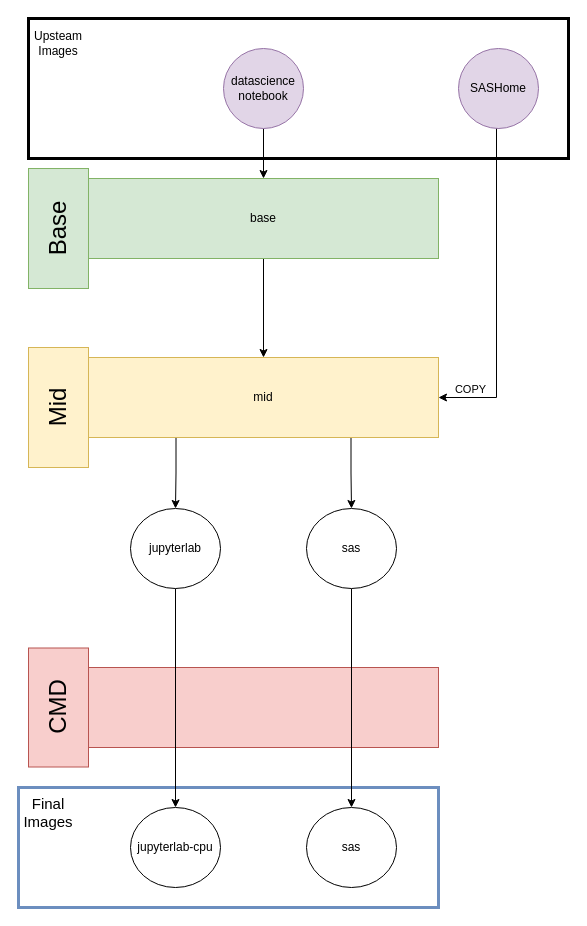
Before: docs/images/image-stages.drawio in StatCan/zone-kubeflow-containers, a draw.io diagram. Source tidied: cells renumbered, new cells numbered last; positions are measured from the earlier drawing's top-left corner, leaving out a move shared by most shapes. Both pictures are drawn from the tidied source at 100%, with x=0, y=0 at pixel (18, 18).
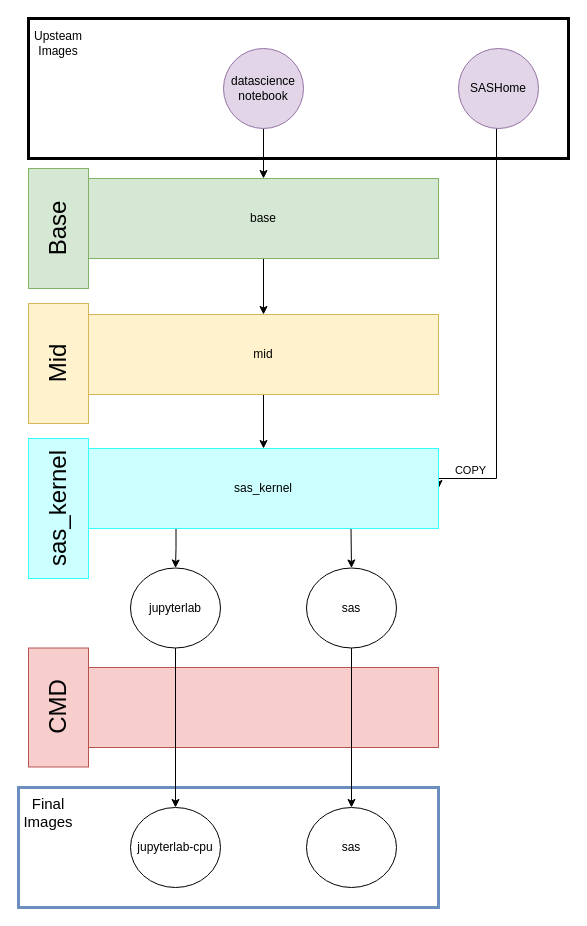
After the change.

Unchanged cells that the change refers to:
```xml
<mxCell id="5" value="&lt;div&gt;base&lt;/div&gt;" style="rectangle;whiteSpace=wrap;html=1;fillColor=#d5e8d4;strokeColor=#82b366;" parent="1" vertex="1">
  <mxGeometry x="70" y="160" width="350" height="80" as="geometry" />
</mxCell>
<mxCell id="8" value="SASHome" style="ellipse;whiteSpace=wrap;html=1;fillColor=#e1d5e7;strokeColor=#9673a6;" parent="1" vertex="1">
  <mxGeometry x="440" y="30" width="80" height="80" as="geometry" />
</mxCell>
```

Diff of the diagram source:
```diff
@@
-    <mxCell id="4" style="edgeStyle=orthogonalEdgeStyle;rounded=0;jettySize=auto;html=1;exitX=0.5;exitY=1;exitDx=0;exitDy=0;entryX=0.5;entryY=0;entryDx=0;entryDy=0;" parent="1" edge="1" source="5" target="20">
-      <mxGeometry relative="1" as="geometry" />
-    </mxCell>
+    <mxCell id="26" style="edgeStyle=orthogonalEdgeStyle;rounded=0;jettySize=auto;html=1;exitX=0.5;exitY=1;exitDx=0;exitDy=0;entryX=0.5;entryY=0;entryDx=0;entryDy=0;" parent="1" edge="1" source="5" target="28">
+      <mxGeometry relative="1" as="geometry" />
+    </mxCell>
@@
     <mxCell id="6" style="edgeStyle=orthogonalEdgeStyle;rounded=0;jettySize=auto;html=1;exitX=0.5;exitY=1;exitDx=0;exitDy=0;entryX=1;entryY=0.5;entryDx=0;entryDy=0;" parent="1" edge="1" source="8" target="20">
       <mxGeometry relative="1" as="geometry">
         <Array as="points">
           <mxPoint x="480" y="90" />
           <mxPoint x="478" y="90" />
-          <mxPoint x="478" y="379" />
+          <mxPoint x="478" y="460" />
+          <mxPoint x="420" y="460" />
         </Array>
       </mxGeometry>
     </mxCell>
@@
-    <mxCell id="20" value="mid" style="rectangle;whiteSpace=wrap;html=1;fillColor=#fff2cc;strokeColor=#d6b656;" parent="1" vertex="1">
-      <mxGeometry x="70" y="339" width="350" height="80" as="geometry" />
+    <mxCell id="20" value="sas_kernel" style="rectangle;whiteSpace=wrap;html=1;fillColor=#CCFFFF;strokeColor=#33FFFF;" parent="1" vertex="1">
+      <mxGeometry x="70" y="430" width="350" height="80" as="geometry" />
     </mxCell>
     <mxCell id="21" value="Mid" style="rectangle;whiteSpace=wrap;html=1;fillColor=#fff2cc;strokeColor=#d6b656;direction=west;textDirection=ltr;horizontal=0;fontSize=24;" parent="1" vertex="1">
-      <mxGeometry x="10" y="329" width="60" height="120" as="geometry" />
+      <mxGeometry x="10" y="285" width="60" height="120" as="geometry" />
     </mxCell>
@@
     <mxCell id="23" value="jupyterlab" style="ellipse;whiteSpace=wrap;html=1;" parent="1" vertex="1">
-      <mxGeometry x="112" y="490" width="90" height="80" as="geometry" />
+      <mxGeometry x="112" y="549.5" width="90" height="80" as="geometry" />
     </mxCell>
@@
     <mxCell id="25" value="sas" style="ellipse;whiteSpace=wrap;html=1;" parent="1" vertex="1">
-      <mxGeometry x="288" y="490" width="90" height="80" as="geometry" />
+      <mxGeometry x="288" y="549.5" width="90" height="80" as="geometry" />
     </mxCell>
+    <mxCell id="27" style="edgeStyle=orthogonalEdgeStyle;rounded=0;jettySize=auto;html=1;exitX=0.5;exitY=1;exitDx=0;exitDy=0;entryX=0.5;entryY=0;entryDx=0;entryDy=0;" parent="1" edge="1" source="28" target="20">
+      <mxGeometry relative="1" as="geometry" />
+    </mxCell>
+    <mxCell id="28" value="mid" style="rectangle;whiteSpace=wrap;html=1;fillColor=#fff2cc;strokeColor=#d6b656;" parent="1" vertex="1">
+      <mxGeometry x="70" y="296" width="350" height="80" as="geometry" />
+    </mxCell>
+    <mxCell id="29" value="sas_kernel" style="rectangle;whiteSpace=wrap;html=1;fillColor=#CCFFFF;strokeColor=#33FFFF;direction=west;textDirection=ltr;horizontal=0;fontSize=24;" parent="1" vertex="1">
+      <mxGeometry x="10" y="420" width="60" height="140" as="geometry" />
+    </mxCell>
```
